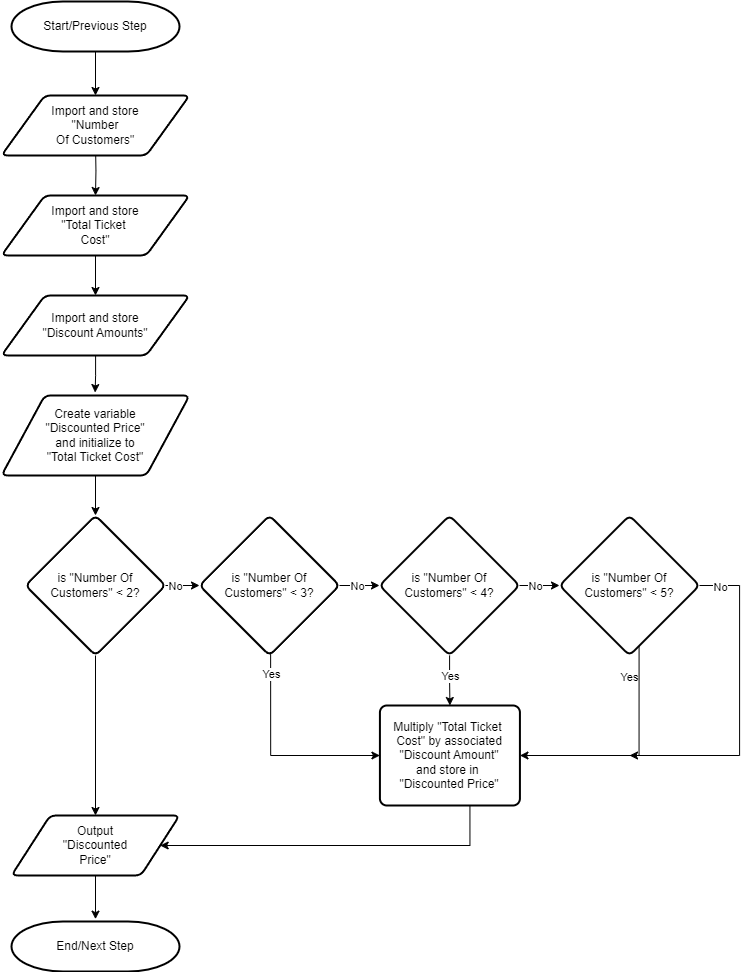
Before: APS145NFF/W5/logic3-Luca Novello_part3.png, a diagram exported from draw.io (lucanovello/Winter-2024). Source tidied: cells renumbered, new cells last; positions are measured from the earlier drawing's top-left corner, leaving out a move shared by most shapes. The source it was exported from:
```xml
<mxGraphModel>
  <root>
    <mxCell id="0" />
    <mxCell id="1" parent="0" />
    <mxCell id="2" value="Start/Previous Step" style="strokeWidth=2;html=1;shape=mxgraph.flowchart.terminator;whiteSpace=wrap;spacing=20;spacingTop=5;spacingBottom=5;spacingLeft=5;spacingRight=5;" parent="1" vertex="1">
      <mxGeometry x="10" width="168" height="50" as="geometry" />
    </mxCell>
    <mxCell id="3" style="endArrow=classic;html=1;rounded=0;exitX=0.5;exitY=1;exitDx=0;exitDy=0;exitPerimeter=0;entryX=0.5;entryY=0;entryDx=0;entryDy=0;" parent="1" edge="1" source="2" target="5">
      <mxGeometry relative="1" as="geometry" />
    </mxCell>
    <mxCell id="4" style="edgeStyle=orthogonalEdgeStyle;rounded=0;jettySize=auto;html=1;entryX=0.5;entryY=0;entryDx=0;entryDy=0;spacing=12;spacingTop=5;spacingBottom=5;spacingLeft=5;spacingRight=5;" parent="1" edge="1" target="7">
      <mxGeometry relative="1" as="geometry">
        <mxPoint x="94" y="144" as="sourcePoint" />
      </mxGeometry>
    </mxCell>
    <mxCell id="5" value="Import and store &quot;Number Of&amp;nbsp;Customers&quot;" style="shape=parallelogram;html=1;strokeWidth=2;perimeter=parallelogramPerimeter;whiteSpace=wrap;rounded=1;arcSize=12;size=0.23;spacingLeft=30;spacingRight=30;spacing=20;" parent="1" vertex="1">
      <mxGeometry y="94" width="188" height="60" as="geometry" />
    </mxCell>
    <mxCell id="6" style="edgeStyle=orthogonalEdgeStyle;rounded=0;jettySize=auto;html=1;spacing=12;spacingTop=5;spacingBottom=5;spacingLeft=5;spacingRight=5;entryX=0.5;entryY=0;entryDx=0;entryDy=0;" parent="1" edge="1" source="7" target="33">
      <mxGeometry relative="1" as="geometry" />
    </mxCell>
    <mxCell id="7" value="Import and store &quot;Total Ticket&amp;nbsp; Cost&quot;" style="shape=parallelogram;html=1;strokeWidth=2;perimeter=parallelogramPerimeter;whiteSpace=wrap;rounded=1;arcSize=12;size=0.23;spacing=20;spacingTop=20;spacingBottom=20;spacingLeft=30;spacingRight=30;" parent="1" vertex="1">
      <mxGeometry y="194" width="188" height="60" as="geometry" />
    </mxCell>
    <mxCell id="8" style="edgeStyle=orthogonalEdgeStyle;rounded=0;jettySize=auto;html=1;entryX=0;entryY=0.5;entryDx=0;entryDy=0;spacing=12;spacingTop=5;spacingBottom=5;spacingLeft=5;spacingRight=5;" parent="1" edge="1" source="10" target="25">
      <mxGeometry relative="1" as="geometry" />
    </mxCell>
    <mxCell id="9" value="No" style="edgeLabel;html=1;align=center;verticalAlign=middle;spacing=12;spacingTop=5;spacingBottom=5;spacingLeft=5;spacingRight=5;" parent="8" vertex="1">
      <mxGeometry x="0.07" relative="1" as="geometry">
        <mxPoint x="-4" as="offset" />
      </mxGeometry>
    </mxCell>
    <mxCell id="10" value="&lt;p style=&quot;line-height: 120%;&quot;&gt;&lt;br&gt;is &quot;Number Of Customers&quot; &amp;lt; 2?&lt;br&gt;&amp;nbsp;&lt;/p&gt;" style="rhombus;whiteSpace=wrap;html=1;strokeWidth=2;rounded=1;arcSize=12;verticalAlign=middle;horizontal=1;spacing=20;spacingBottom=5;spacingTop=5;spacingLeft=5;spacingRight=5;" parent="1" vertex="1">
      <mxGeometry x="24" y="514" width="140" height="140" as="geometry" />
    </mxCell>
    <mxCell id="11" style="edgeStyle=orthogonalEdgeStyle;rounded=0;jettySize=auto;html=1;spacing=12;spacingTop=5;spacingBottom=5;spacingLeft=5;spacingRight=5;entryX=0.5;entryY=0;entryDx=0;entryDy=0;" parent="1" edge="1" source="15" target="31">
      <mxGeometry relative="1" as="geometry" />
    </mxCell>
    <mxCell id="12" value="Yes" style="edgeLabel;html=1;align=center;verticalAlign=middle;spacing=12;spacingTop=5;spacingBottom=5;spacingLeft=5;spacingRight=5;" parent="11" vertex="1">
      <mxGeometry x="-0.16" y="1" relative="1" as="geometry">
        <mxPoint x="-1" y="-2" as="offset" />
      </mxGeometry>
    </mxCell>
    <mxCell id="13" style="edgeStyle=orthogonalEdgeStyle;rounded=0;jettySize=auto;html=1;entryX=0;entryY=0.5;entryDx=0;entryDy=0;spacing=12;spacingTop=5;spacingBottom=5;spacingLeft=5;spacingRight=5;" parent="1" edge="1" source="15" target="20">
      <mxGeometry relative="1" as="geometry" />
    </mxCell>
    <mxCell id="14" value="No" style="edgeLabel;html=1;align=center;verticalAlign=middle;spacing=12;spacingTop=5;spacingBottom=5;spacingLeft=5;spacingRight=5;" parent="13" vertex="1">
      <mxGeometry x="0.07" relative="1" as="geometry">
        <mxPoint x="-7" as="offset" />
      </mxGeometry>
    </mxCell>
    <mxCell id="15" value="&lt;p style=&quot;line-height: 120%;&quot;&gt;&lt;br&gt;is &quot;Number Of Customers&quot; &amp;lt; 4?&lt;br&gt;&amp;nbsp;&lt;/p&gt;" style="rhombus;whiteSpace=wrap;html=1;strokeWidth=2;rounded=1;arcSize=12;verticalAlign=middle;horizontal=1;spacing=20;spacingBottom=5;spacingTop=5;spacingLeft=5;spacingRight=5;" parent="1" vertex="1">
      <mxGeometry x="378" y="514" width="140" height="140" as="geometry" />
    </mxCell>
    <mxCell id="16" style="edgeStyle=orthogonalEdgeStyle;rounded=0;orthogonalLoop=1;jettySize=auto;html=1;spacing=12;spacingTop=5;spacingBottom=5;spacingLeft=5;spacingRight=5;entryX=1.006;entryY=0.59;entryDx=0;entryDy=0;entryPerimeter=0;" parent="1" edge="1">
      <mxGeometry relative="1" as="geometry">
        <mxPoint x="637.6" y="634" as="sourcePoint" />
        <mxPoint x="518.4" y="753" as="targetPoint" />
        <Array as="points">
          <mxPoint x="638" y="754" />
          <mxPoint x="518" y="754" />
        </Array>
      </mxGeometry>
    </mxCell>
    <mxCell id="17" value="Yes" style="edgeLabel;html=1;align=center;verticalAlign=middle;spacing=12;spacingTop=5;spacingBottom=5;spacingLeft=5;spacingRight=5;" parent="16" vertex="1">
      <mxGeometry x="-0.16" y="1" relative="1" as="geometry">
        <mxPoint x="-11" y="-61" as="offset" />
      </mxGeometry>
    </mxCell>
    <mxCell id="18" style="edgeStyle=orthogonalEdgeStyle;rounded=0;jettySize=auto;html=1;spacing=12;spacingTop=5;spacingBottom=5;spacingLeft=5;spacingRight=5;" parent="1" edge="1" source="20">
      <mxGeometry relative="1" as="geometry">
        <mxPoint x="628" y="754" as="targetPoint" />
        <Array as="points">
          <mxPoint x="738" y="584" />
          <mxPoint x="738" y="754" />
        </Array>
      </mxGeometry>
    </mxCell>
    <mxCell id="19" value="No" style="edgeLabel;html=1;align=center;verticalAlign=middle;spacing=12;spacingTop=5;spacingBottom=5;spacingLeft=5;spacingRight=5;" parent="18" vertex="1">
      <mxGeometry x="0.07" relative="1" as="geometry">
        <mxPoint x="-20" y="-130" as="offset" />
      </mxGeometry>
    </mxCell>
    <mxCell id="20" value="&lt;p style=&quot;line-height: 120%;&quot;&gt;&lt;br&gt;is &quot;Number Of Customers&quot; &amp;lt; 5?&lt;br&gt;&amp;nbsp;&lt;/p&gt;" style="rhombus;whiteSpace=wrap;html=1;strokeWidth=2;rounded=1;arcSize=12;verticalAlign=middle;horizontal=1;spacing=20;spacingBottom=5;spacingTop=5;spacingLeft=5;spacingRight=5;" parent="1" vertex="1">
      <mxGeometry x="558" y="514" width="140" height="140" as="geometry" />
    </mxCell>
    <mxCell id="21" style="edgeStyle=orthogonalEdgeStyle;rounded=0;jettySize=auto;html=1;entryX=0;entryY=0.5;entryDx=0;entryDy=0;spacing=12;spacingTop=5;spacingBottom=5;spacingLeft=5;spacingRight=5;" parent="1" edge="1" source="25" target="15">
      <mxGeometry relative="1" as="geometry" />
    </mxCell>
    <mxCell id="22" value="No" style="edgeLabel;html=1;align=center;verticalAlign=middle;spacing=12;spacingTop=5;spacingBottom=5;spacingLeft=5;spacingRight=5;" parent="21" vertex="1">
      <mxGeometry x="0.07" relative="1" as="geometry">
        <mxPoint x="-5" as="offset" />
      </mxGeometry>
    </mxCell>
    <mxCell id="23" style="edgeStyle=orthogonalEdgeStyle;rounded=0;jettySize=auto;html=1;entryX=0;entryY=0.5;entryDx=0;entryDy=0;" parent="1" edge="1" target="31">
      <mxGeometry relative="1" as="geometry">
        <mxPoint x="269.1" y="644" as="sourcePoint" />
        <Array as="points">
          <mxPoint x="269" y="754" />
        </Array>
      </mxGeometry>
    </mxCell>
    <mxCell id="24" value="Yes" style="edgeLabel;html=1;align=center;verticalAlign=middle;" parent="23" vertex="1">
      <mxGeometry x="-0.74" y="-1" relative="1" as="geometry">
        <mxPoint x="1" y="-1" as="offset" />
      </mxGeometry>
    </mxCell>
    <mxCell id="25" value="&lt;p style=&quot;line-height: 120%;&quot;&gt;&lt;br&gt;is &quot;Number Of Customers&quot;&amp;nbsp;&amp;lt; 3?&lt;br&gt;&amp;nbsp;&lt;/p&gt;" style="rhombus;whiteSpace=wrap;html=1;strokeWidth=2;rounded=1;arcSize=12;verticalAlign=middle;horizontal=1;spacing=20;spacingBottom=5;spacingTop=5;spacingLeft=5;spacingRight=5;" parent="1" vertex="1">
      <mxGeometry x="198" y="514" width="140" height="140" as="geometry" />
    </mxCell>
    <mxCell id="26" style="edgeStyle=orthogonalEdgeStyle;rounded=0;jettySize=auto;html=1;entryX=0.5;entryY=0;entryDx=0;entryDy=0;spacing=12;spacingTop=5;spacingBottom=5;spacingLeft=5;spacingRight=5;" parent="1" edge="1" source="27" target="10">
      <mxGeometry relative="1" as="geometry" />
    </mxCell>
    <mxCell id="27" value="Create variable &quot;Discounted&amp;nbsp;Price&quot; and&amp;nbsp;initialize to &quot;Total Ticket Cost&quot;" style="shape=parallelogram;html=1;strokeWidth=2;perimeter=parallelogramPerimeter;whiteSpace=wrap;rounded=1;arcSize=12;size=0.23;spacing=20;spacingTop=30;spacingBottom=30;spacingLeft=30;spacingRight=30;" parent="1" vertex="1">
      <mxGeometry y="394" width="188" height="80" as="geometry" />
    </mxCell>
    <mxCell id="28" style="edgeStyle=orthogonalEdgeStyle;rounded=0;jettySize=auto;html=1;entryX=0.5;entryY=-0.047;entryDx=0;entryDy=0;entryPerimeter=0;" parent="1" edge="1" source="29" target="35">
      <mxGeometry relative="1" as="geometry" />
    </mxCell>
    <mxCell id="29" value="Output &quot;Discounted Price&quot;" style="shape=parallelogram;html=1;strokeWidth=2;perimeter=parallelogramPerimeter;whiteSpace=wrap;rounded=1;arcSize=12;size=0.23;spacing=20;spacingTop=20;spacingBottom=20;spacingLeft=30;spacingRight=30;" parent="1" vertex="1">
      <mxGeometry x="10" y="814" width="168" height="60" as="geometry" />
    </mxCell>
    <mxCell id="30" style="edgeStyle=orthogonalEdgeStyle;rounded=0;jettySize=auto;html=1;entryX=1;entryY=0.5;entryDx=0;entryDy=0;" parent="1" edge="1" target="29">
      <mxGeometry relative="1" as="geometry">
        <mxPoint x="468.4" y="744" as="sourcePoint" />
        <Array as="points">
          <mxPoint x="468" y="844" />
        </Array>
      </mxGeometry>
    </mxCell>
    <mxCell id="31" value="Multiply &quot;Total Ticket&amp;nbsp; Cost&quot; by associated &quot;Discount Amount&quot; and store in&amp;nbsp; &quot;Discounted Price&quot;" style="rounded=1;whiteSpace=wrap;html=1;absoluteArcSize=1;arcSize=14;strokeWidth=2;spacing=10;spacingTop=0;spacingBottom=0;spacingLeft=0;spacingRight=0;" parent="1" vertex="1">
      <mxGeometry x="378.4" y="704" width="140" height="100" as="geometry" />
    </mxCell>
    <mxCell id="32" style="edgeStyle=orthogonalEdgeStyle;rounded=0;jettySize=auto;html=1;entryX=0.498;entryY=-0.037;entryDx=0;entryDy=0;entryPerimeter=0;" parent="1" edge="1" source="33" target="27">
      <mxGeometry relative="1" as="geometry" />
    </mxCell>
    <mxCell id="33" value="Import and store &quot;Discount Amounts&quot;" style="shape=parallelogram;html=1;strokeWidth=2;perimeter=parallelogramPerimeter;whiteSpace=wrap;rounded=1;arcSize=12;size=0.23;spacing=20;spacingTop=20;spacingBottom=20;spacingLeft=20;spacingRight=20;" parent="1" vertex="1">
      <mxGeometry y="294" width="188" height="60" as="geometry" />
    </mxCell>
    <mxCell id="34" style="edgeStyle=orthogonalEdgeStyle;rounded=0;jettySize=auto;html=1;entryX=0.5;entryY=0;entryDx=0;entryDy=0;entryPerimeter=0;" parent="1" edge="1" source="10" target="29">
      <mxGeometry relative="1" as="geometry" />
    </mxCell>
    <mxCell id="35" value="End/Next Step" style="strokeWidth=2;html=1;shape=mxgraph.flowchart.terminator;whiteSpace=wrap;spacing=20;spacingTop=5;spacingBottom=5;spacingLeft=5;spacingRight=5;" parent="1" vertex="1">
      <mxGeometry x="10" y="920" width="168" height="50" as="geometry" />
    </mxCell>
  </root>
</mxGraphModel>
```
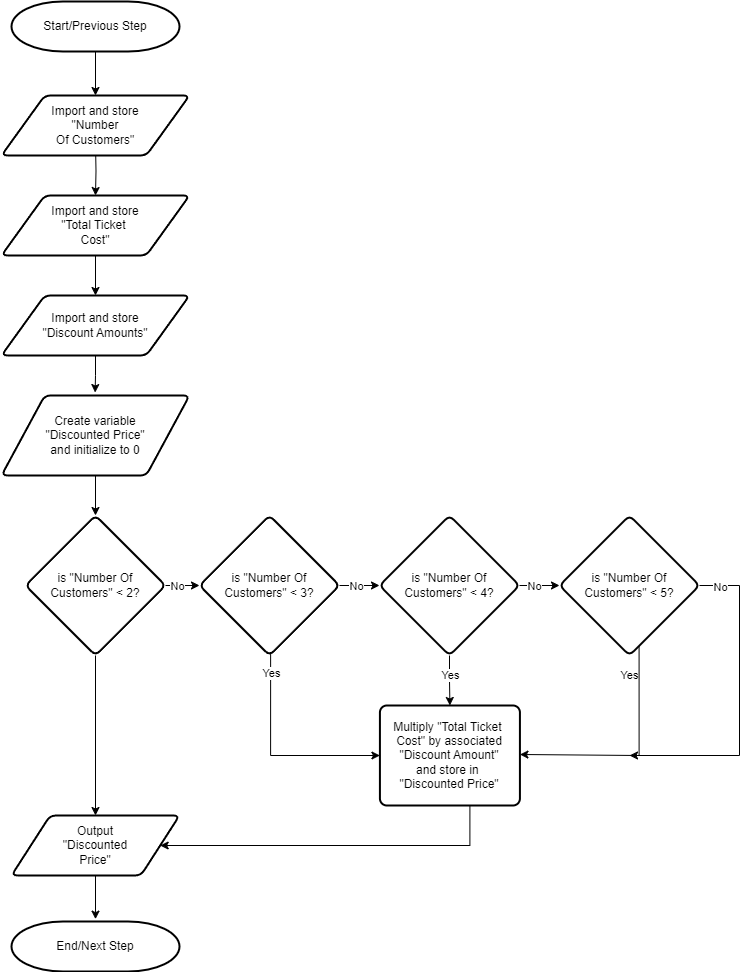
The same diagram one commit later.

Commit message:
Updated flowcharts for APS145 WS5 logic 3

Diff of the diagram source:
```diff
@@ -111,7 +111,7 @@
     <mxCell id="26" style="edgeStyle=orthogonalEdgeStyle;rounded=0;jettySize=auto;html=1;entryX=0.5;entryY=0;entryDx=0;entryDy=0;spacing=12;spacingTop=5;spacingBottom=5;spacingLeft=5;spacingRight=5;" parent="1" edge="1" source="27" target="10">
       <mxGeometry relative="1" as="geometry" />
     </mxCell>
-    <mxCell id="27" value="Create variable &quot;Discounted&amp;nbsp;Price&quot; and&amp;nbsp;initialize to &quot;Total Ticket Cost&quot;" style="shape=parallelogram;html=1;strokeWidth=2;perimeter=parallelogramPerimeter;whiteSpace=wrap;rounded=1;arcSize=12;size=0.23;spacing=20;spacingTop=30;spacingBottom=30;spacingLeft=30;spacingRight=30;" parent="1" vertex="1">
+    <mxCell id="27" value="Create variable &quot;Discounted&amp;nbsp;Price&quot; and&amp;nbsp;initialize to 0" style="shape=parallelogram;html=1;strokeWidth=2;perimeter=parallelogramPerimeter;whiteSpace=wrap;rounded=1;arcSize=12;size=0.23;spacing=20;spacingTop=30;spacingBottom=30;spacingLeft=30;spacingRight=30;" parent="1" vertex="1">
       <mxGeometry y="394" width="188" height="80" as="geometry" />
     </mxCell>
     <mxCell id="28" style="edgeStyle=orthogonalEdgeStyle;rounded=0;jettySize=auto;html=1;entryX=0.5;entryY=-0.047;entryDx=0;entryDy=0;entryPerimeter=0;" parent="1" edge="1" source="29" target="35">
```
